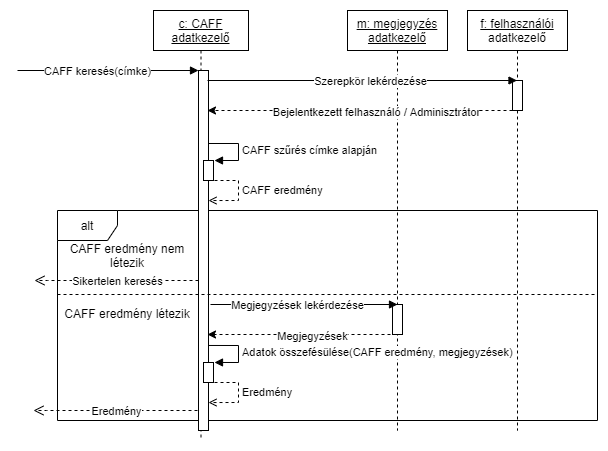
amadehegedus/cool keeps this draw.io diagram as doc/img/search_seq.png. Above is the earlier version. Source tidied: cells renumbered, new cells last; positions are measured from the earlier drawing's top-left corner, leaving out a move shared by most shapes.
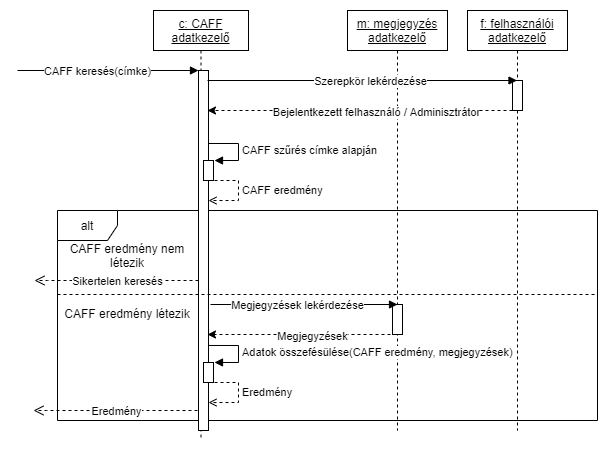
The same diagram one commit later.

The edit, as a diff of the source:
```diff
@@ -11,7 +11,7 @@
     <mxCell id="4" style="html=1;perimeter=orthogonalPerimeter;" parent="3" vertex="1">
       <mxGeometry x="45" y="294" width="10" height="30" as="geometry" />
     </mxCell>
-    <mxCell id="5" value="&lt;u&gt;f: felhasználói&lt;br&gt;&lt;/u&gt;adatkezelő" style="shape=umlLifeline;perimeter=lifelinePerimeter;whiteSpace=wrap;html=1;outlineConnect=0;" parent="1" vertex="1">
+    <mxCell id="5" value="&lt;u&gt;f: felhasználói&lt;br&gt;adatkezelő&lt;/u&gt;" style="shape=umlLifeline;perimeter=lifelinePerimeter;whiteSpace=wrap;html=1;outlineConnect=0;" parent="1" vertex="1">
       <mxGeometry x="450" width="100" height="420" as="geometry" />
     </mxCell>
     <mxCell id="6" style="html=1;points=[];perimeter=orthogonalPerimeter;" parent="5" vertex="1">
```
